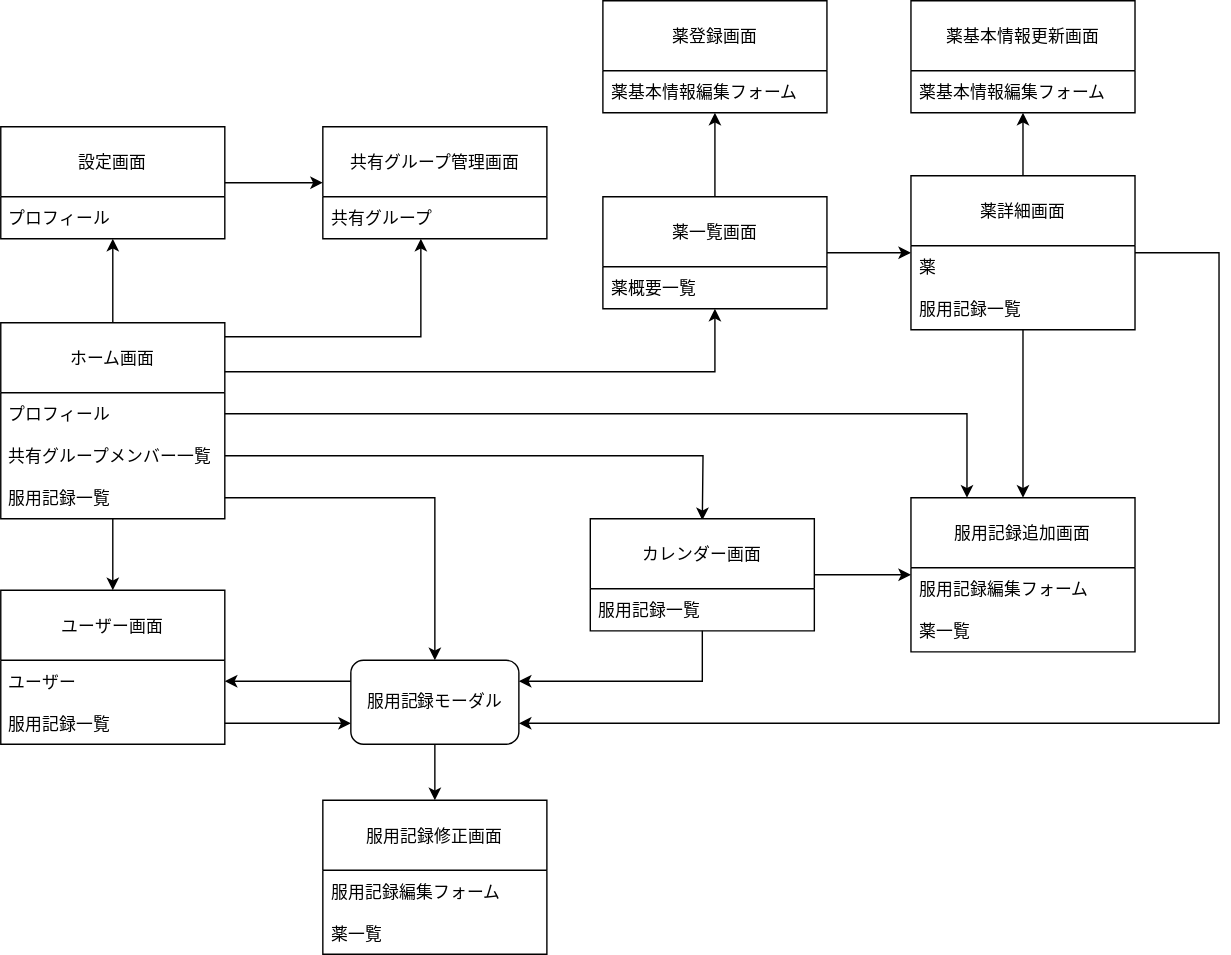
This is docs/screen-transition-map.svg from hiroe-mkk/medicine-diary-webapp, a draw.io export, as it was before one commit. Source tidied: cells renumbered, new cells last; positions are measured from the earlier drawing's top-left corner, leaving out a move shared by most shapes.
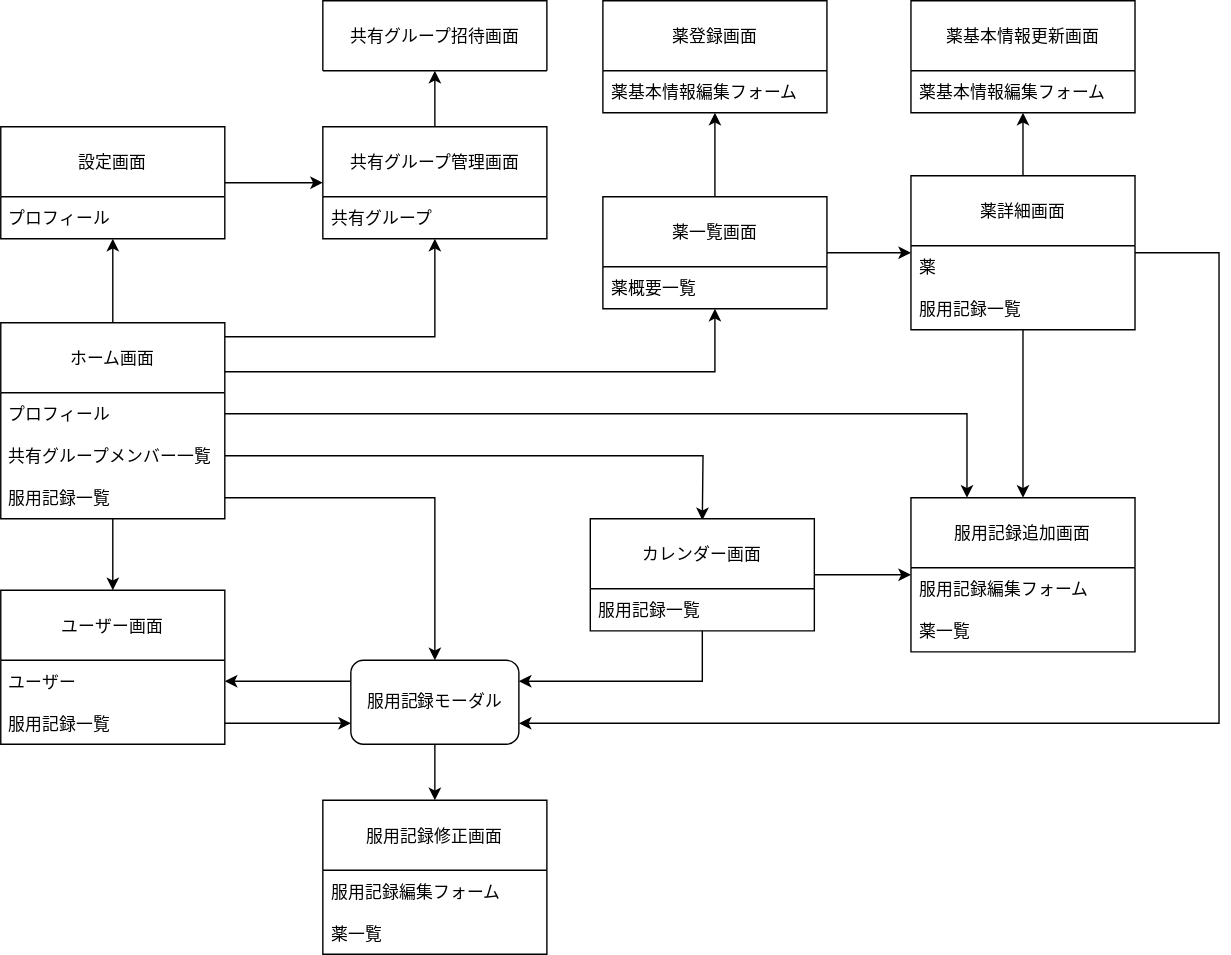
After the change.

The edit, as a diff of the source:
```diff
@@ -128,7 +128,7 @@
     <mxCell id="38" style="edgeStyle=orthogonalEdgeStyle;rounded=0;jettySize=auto;html=1;" parent="1" edge="1" source="30" target="17">
       <mxGeometry relative="1" as="geometry">
         <Array as="points">
-          <mxPoint x="300" y="240" />
+          <mxPoint x="310" y="240" />
         </Array>
       </mxGeometry>
     </mxCell>
@@ -166,5 +166,11 @@
     <mxCell id="48" value="服用記録モーダル" style="rounded=1;whiteSpace=wrap;html=1;" parent="1" vertex="1">
       <mxGeometry x="250" y="471" width="120" height="60" as="geometry" />
     </mxCell>
+    <mxCell id="49" value="共有グループ招待画面" style="swimlane;fontStyle=0;horizontal=1;startSize=50;" parent="1" vertex="1">
+      <mxGeometry x="230" width="160" height="50" as="geometry" />
+    </mxCell>
+    <mxCell id="50" style="rounded=0;jettySize=auto;html=1;" parent="1" edge="1" source="17" target="49">
+      <mxGeometry relative="1" as="geometry" />
+    </mxCell>
   </root>
 </mxGraphModel>
```
